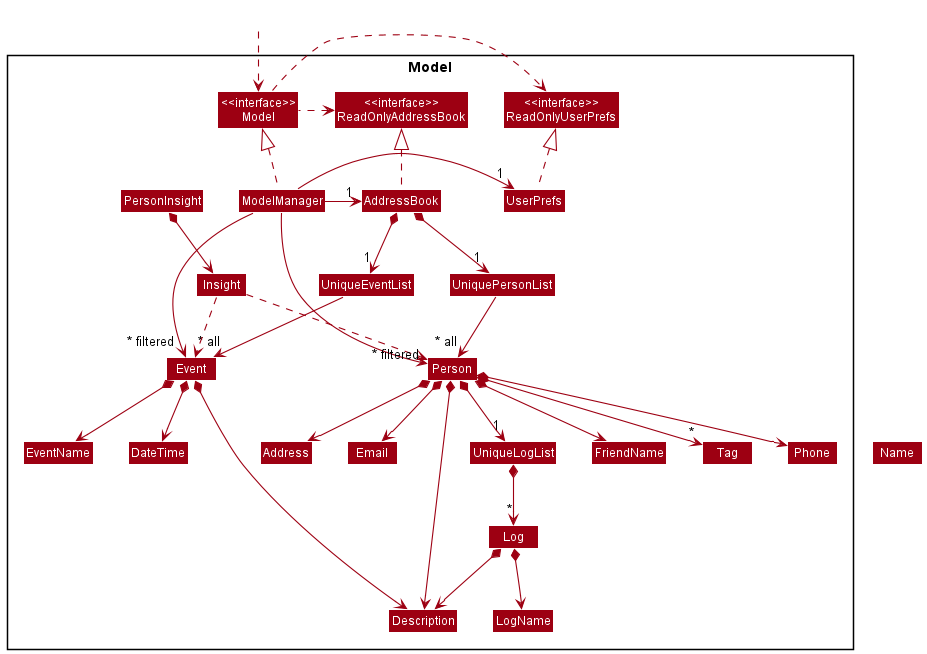
The PlantUML diagram docs/images/ModelClassDiagram.png in nus-cs2103-AY2122S2/tp, before a commit.
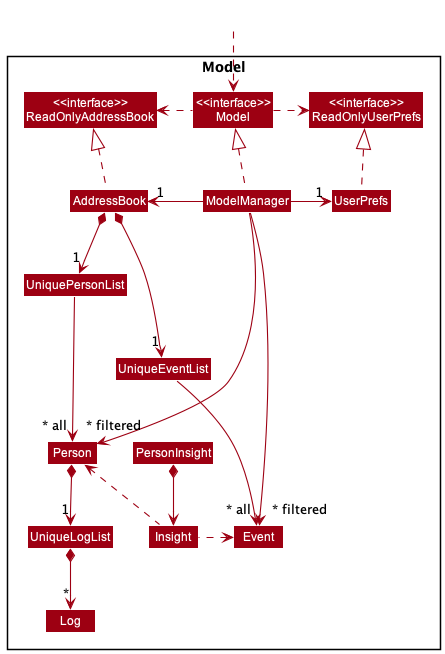
After the change.

Commit message:
DG: Update Model and Storage diagrams and description

Change to the diagram source:
```diff
@@ -13,26 +13,16 @@
 Class UserPrefs
 
 Class UniquePersonList
+Class UniqueEventList
+
 Class Person
-Class Address
-Class Email
-Class FriendName
-Class Phone
-Class Tag
+Class Event
+
 Class UniqueLogList
 Class Log
-Class LogName
 
 Class PersonInsight
 Class Insight
-
-Class UniqueEventList
-Class Event
-Class DateTime
-Class EventName
-
-Class Description
-
 
 }
 
@@ -49,34 +39,19 @@
 UserPrefs .up.|> ReadOnlyUserPrefs
 
 AddressBook *--> "1" UniquePersonList
+AddressBook *-d-> "1" UniqueEventList
 
-UniquePersonList --> "~* all" Person
-Person *--> FriendName
-Person *--> Phone
-Person *--> Email
-Person *--> Address
-Person *--> Description
-Person *--> "*" Tag
+UniquePersonList -r-> "~* all" Person
+UniqueEventList --> "~* all" Event
+
 Person *--> "1" UniqueLogList
 UniqueLogList *--> "*" Log
-Log *--> LogName
-Log *--> Description
-
-AddressBook *--> "1" UniqueEventList
-UniqueEventList --> "~* all" Event
-Event *--> EventName
-Event *--> DateTime
-Event *--> Description
 
 PersonInsight *--> Insight
-Insight ..> Event
-Insight ..> Person
+Insight .left..> Event
+Insight .left.> Person
 
-Name -[hidden]right-> Phone
-Phone -[hidden]right-> Address
-Address -[hidden]right-> Email
-
-ModelManager -->"~* filtered" Person
-ModelManager -->"~* filtered" Event
+ModelManager ---->"~* filtered" Person
+ModelManager ----->"~* filtered" Event
 
 @enduml
```
